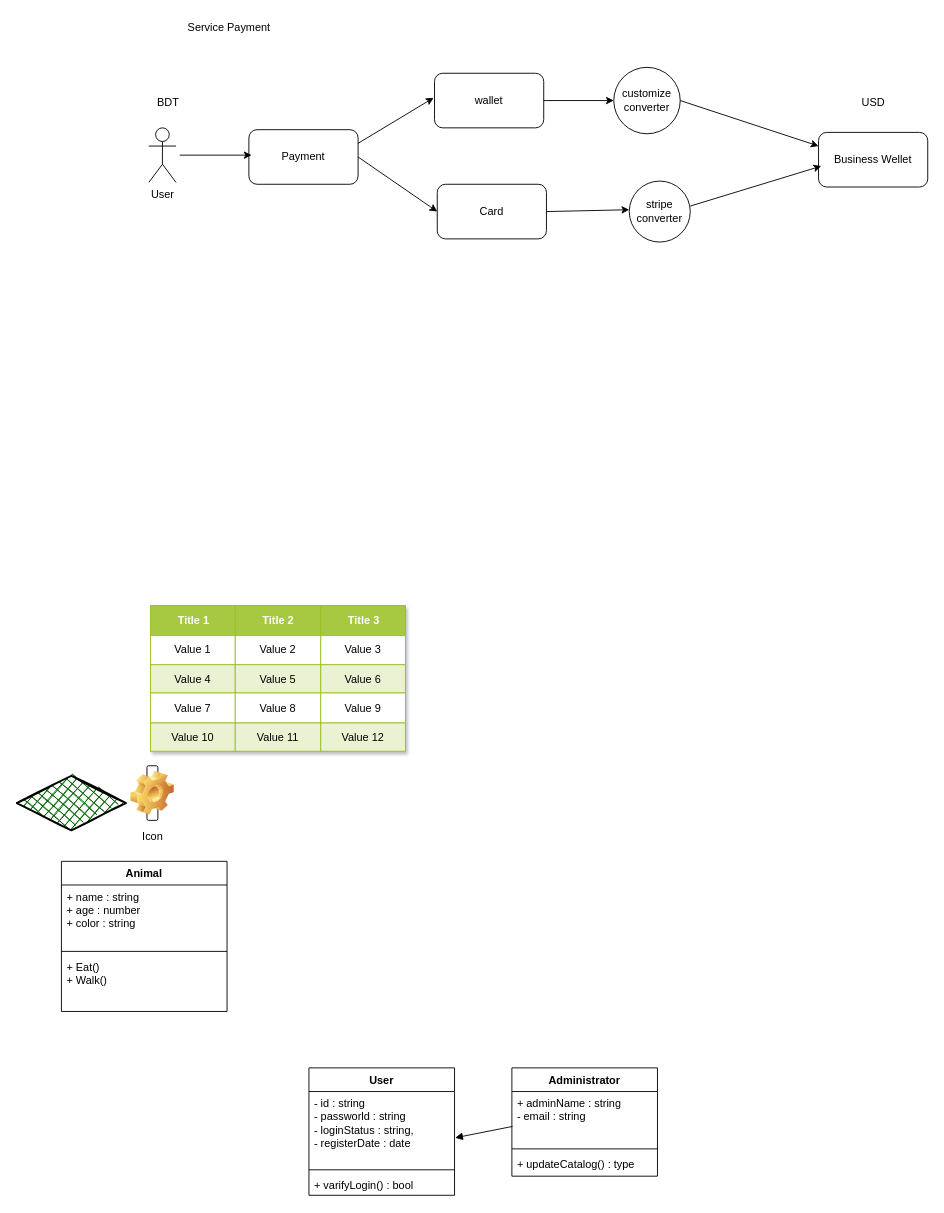
Above: service payment.drawio in mamun4023/diagrams (draw.io), before the change. Source tidied: cells renumbered, new cells numbered last; positions are measured from the earlier drawing's top-left corner, leaving out a move shared by most shapes. Both pictures are drawn from the tidied source at 91%, with x=0, y=0 at pixel (16, 15).
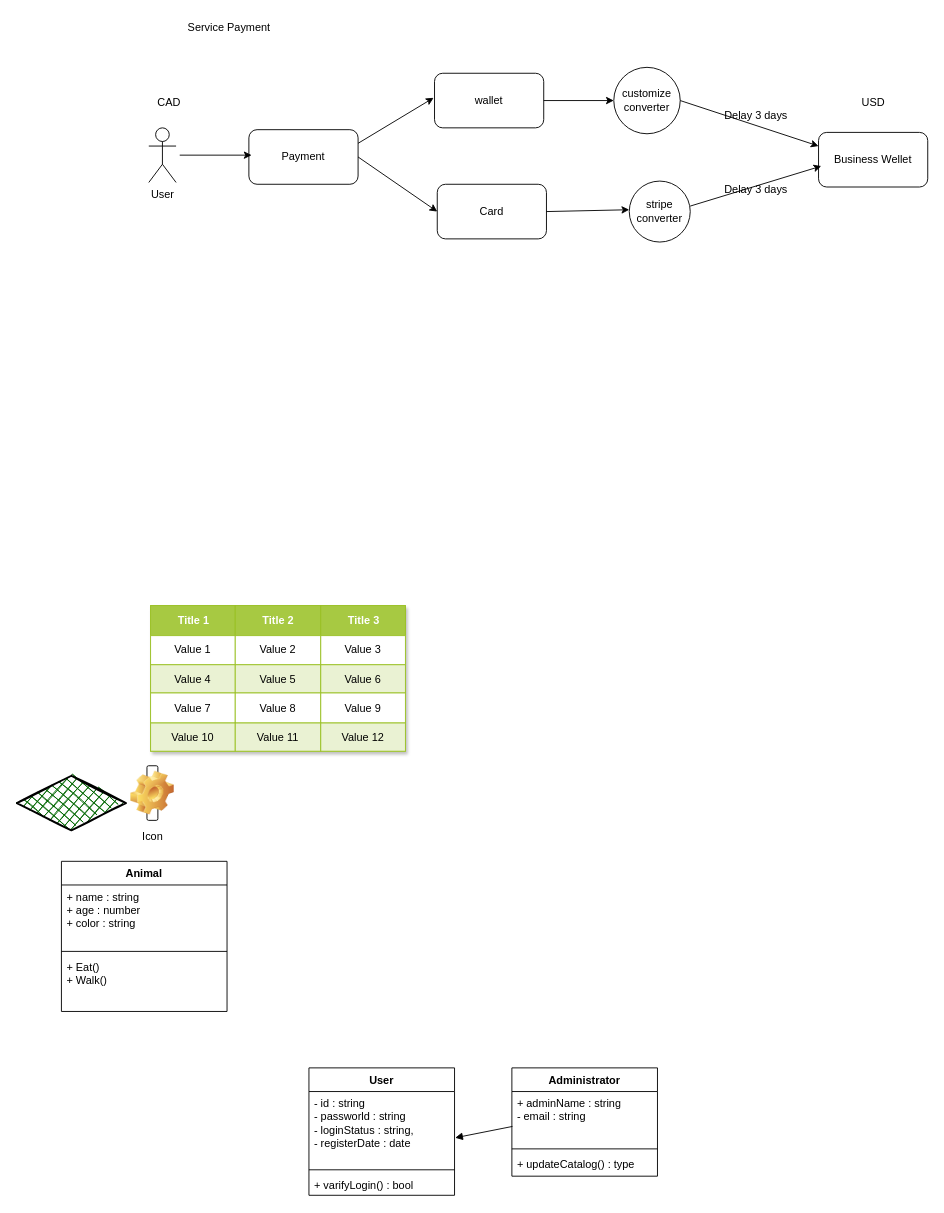
The same diagram, later.

Change to the diagram source:
```diff
@@
-    <mxCell id="53" value="BDT" style="text;html=1;align=center;verticalAlign=middle;strokeColor=none;fillColor=none;" parent="1" vertex="1">
-      <mxGeometry x="145" y="83" width="42" height="26" as="geometry" />
+    <mxCell id="53" value="CAD" style="text;html=1;align=center;verticalAlign=middle;strokeColor=none;fillColor=none;" parent="1" vertex="1">
+      <mxGeometry x="145" y="83" width="43" height="26" as="geometry" />
     </mxCell>
@@
+    <mxCell id="55" value="Delay 3 days" style="text;html=1;align=center;verticalAlign=middle;strokeColor=none;fillColor=none;" parent="1" vertex="1">
+      <mxGeometry x="768" y="178" width="87" height="26" as="geometry" />
+    </mxCell>
+    <mxCell id="56" value="Delay 3 days" style="text;html=1;align=center;verticalAlign=middle;strokeColor=none;fillColor=none;" parent="1" vertex="1">
+      <mxGeometry x="768" y="97" width="87" height="26" as="geometry" />
+    </mxCell>
```
